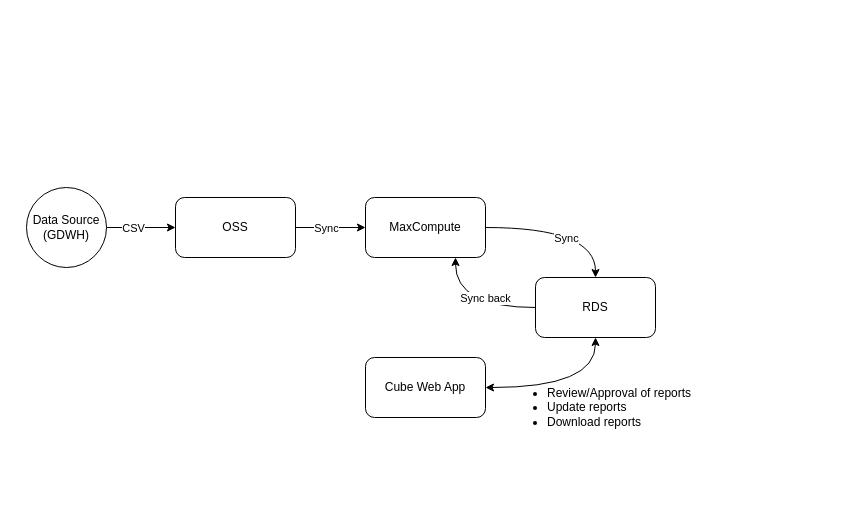
Before: cube integration.drawio in huangdgm/webstore-v2.0, a draw.io diagram. Source tidied: cells renumbered, new cells numbered last; positions are measured from the earlier drawing's top-left corner, leaving out a move shared by most shapes. Both pictures are drawn from the tidied source at 100%, with x=0, y=0 at pixel (26, 187).
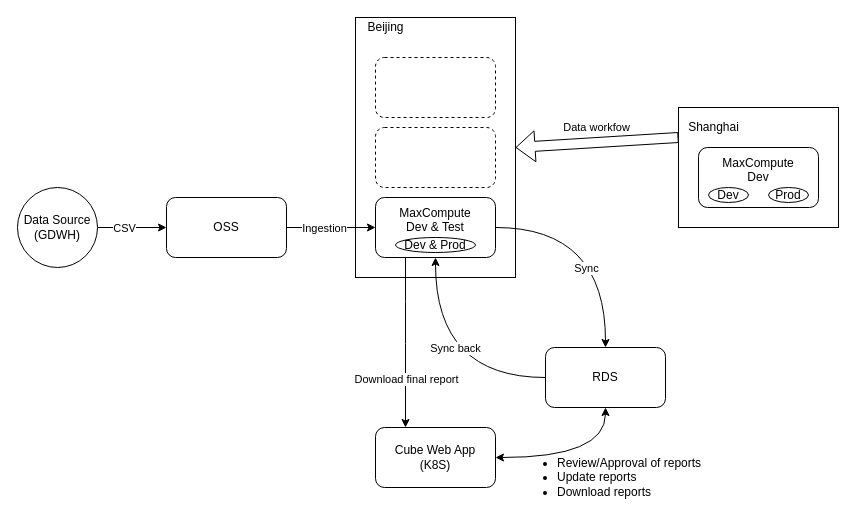
After the change.

Unchanged cells that the change refers to:
```xml
<mxCell id="2" style="edgeStyle=orthogonalEdgeStyle;rounded=0;jettySize=auto;html=1;exitX=1;exitY=0.5;exitDx=0;exitDy=0;curved=1;" parent="1" edge="1" source="4" target="10">
  <mxGeometry relative="1" as="geometry" />
</mxCell>
<mxCell id="5" style="edgeStyle=orthogonalEdgeStyle;rounded=0;jettySize=auto;html=1;" parent="1" edge="1" source="7" target="4">
  <mxGeometry relative="1" as="geometry" />
</mxCell>
```

Diff of the diagram source:
```diff
@@
+    <mxCell id="17" style="rounded=0;whiteSpace=wrap;html=1;" parent="1" vertex="1">
+      <mxGeometry x="652" y="-80" width="160" height="120" as="geometry" />
+    </mxCell>
+    <mxCell id="18" style="rounded=0;whiteSpace=wrap;html=1;" parent="1" vertex="1">
+      <mxGeometry x="329" y="-170" width="160" height="260" as="geometry" />
+    </mxCell>
@@
     <mxCell id="3" value="Sync" style="edgeLabel;html=1;align=center;verticalAlign=middle;" parent="2" vertex="1">
       <mxGeometry x="-0.13" y="4" relative="1" as="geometry">
-        <mxPoint x="10" y="14" as="offset" />
+        <mxPoint x="-10" y="44" as="offset" />
       </mxGeometry>
     </mxCell>
-    <mxCell id="4" value="MaxCompute" style="rounded=1;whiteSpace=wrap;html=1;" parent="1" vertex="1">
-      <mxGeometry x="339" y="10" width="120" height="60" as="geometry" />
+    <mxCell id="4" value="MaxCompute&lt;br&gt;Dev &amp;amp; Test&lt;br&gt;&lt;br&gt;" style="rounded=1;whiteSpace=wrap;html=1;" parent="1" vertex="1">
+      <mxGeometry x="349" y="10" width="120" height="60" as="geometry" />
     </mxCell>
@@
-    <mxCell id="6" value="Sync" style="edgeLabel;html=1;align=center;verticalAlign=middle;" parent="5" vertex="1">
+    <mxCell id="6" value="Ingestion" style="edgeLabel;html=1;align=center;verticalAlign=middle;" parent="5" vertex="1">
       <mxGeometry x="-0.21" y="1" relative="1" as="geometry">
         <mxPoint x="2" y="1" as="offset" />
       </mxGeometry>
     </mxCell>
     <mxCell id="7" value="OSS" style="rounded=1;whiteSpace=wrap;html=1;" parent="1" vertex="1">
-      <mxGeometry x="149" y="10" width="120" height="60" as="geometry" />
+      <mxGeometry x="140" y="10" width="120" height="60" as="geometry" />
     </mxCell>
-    <mxCell id="8" style="edgeStyle=orthogonalEdgeStyle;rounded=0;jettySize=auto;html=1;exitX=0;exitY=0.5;exitDx=0;exitDy=0;entryX=0.75;entryY=1;entryDx=0;entryDy=0;curved=1;" parent="1" edge="1" source="10" target="4">
+    <mxCell id="8" style="edgeStyle=orthogonalEdgeStyle;rounded=0;jettySize=auto;html=1;exitX=0;exitY=0.5;exitDx=0;exitDy=0;entryX=0.5;entryY=1;entryDx=0;entryDy=0;curved=1;" parent="1" edge="1" source="10" target="4">
       <mxGeometry relative="1" as="geometry" />
     </mxCell>
     <mxCell id="9" value="Sync back" style="edgeLabel;html=1;align=center;verticalAlign=middle;" parent="8" vertex="1">
       <mxGeometry x="-0.08" y="1" relative="1" as="geometry">
-        <mxPoint x="9" y="-11" as="offset" />
+        <mxPoint x="15" y="-31" as="offset" />
       </mxGeometry>
     </mxCell>
     <mxCell id="10" value="RDS" style="rounded=1;whiteSpace=wrap;html=1;" parent="1" vertex="1">
-      <mxGeometry x="509" y="90" width="120" height="60" as="geometry" />
+      <mxGeometry x="519" y="160" width="120" height="60" as="geometry" />
     </mxCell>
-    <mxCell id="11" value="Cube Web App" style="rounded=1;whiteSpace=wrap;html=1;" parent="1" vertex="1">
-      <mxGeometry x="339" y="170" width="120" height="60" as="geometry" />
+    <mxCell id="11" value="Cube Web App&lt;br&gt;(K8S)" style="rounded=1;whiteSpace=wrap;html=1;" parent="1" vertex="1">
+      <mxGeometry x="349" y="240" width="120" height="60" as="geometry" />
     </mxCell>
@@
     <mxCell id="14" value="Data Source&lt;br&gt;(GDWH)" style="ellipse;whiteSpace=wrap;html=1;" parent="1" vertex="1">
-      <mxGeometry width="80" height="80" as="geometry" />
+      <mxGeometry x="-9" width="80" height="80" as="geometry" />
     </mxCell>
@@
     <mxCell id="16" value="&lt;ul&gt;&lt;li&gt;Review/Approval of reports&lt;/li&gt;&lt;li&gt;Update reports&lt;/li&gt;&lt;li&gt;Download reports&lt;/li&gt;&lt;/ul&gt;" style="text;html=1;align=left;verticalAlign=middle;strokeColor=none;" parent="1" vertex="1">
-      <mxGeometry x="479" y="185" width="200" height="70" as="geometry" />
+      <mxGeometry x="489" y="255" width="200" height="70" as="geometry" />
     </mxCell>
+    <mxCell id="19" value="Beijing" style="text;html=1;align=center;verticalAlign=middle;strokeColor=none;" parent="1" vertex="1">
+      <mxGeometry x="334" y="-170" width="50" height="20" as="geometry" />
+    </mxCell>
+    <mxCell id="20" style="endArrow=classic;html=1;edgeStyle=orthogonalEdgeStyle;curved=1;exitX=0.25;exitY=1;exitDx=0;exitDy=0;entryX=0.25;entryY=0;entryDx=0;entryDy=0;" parent="1" edge="1" source="4" target="11">
+      <mxGeometry relative="1" as="geometry">
+        <Array as="points">
+          <mxPoint x="379" y="160" />
+          <mxPoint x="379" y="160" />
+        </Array>
+      </mxGeometry>
+    </mxCell>
+    <mxCell id="21" value="Download final report" style="edgeLabel;html=1;align=center;verticalAlign=middle;" parent="20" vertex="1">
+      <mxGeometry x="0.28" relative="1" as="geometry">
+        <mxPoint y="12" as="offset" />
+      </mxGeometry>
+    </mxCell>
+    <mxCell id="22" value="Shanghai" style="text;html=1;align=center;verticalAlign=middle;strokeColor=none;" parent="1" vertex="1">
+      <mxGeometry x="652" y="-70" width="70" height="20" as="geometry" />
+    </mxCell>
+    <mxCell id="23" value="MaxCompute&lt;br&gt;Dev&lt;br&gt;&lt;br&gt;" style="rounded=1;whiteSpace=wrap;html=1;" parent="1" vertex="1">
+      <mxGeometry x="672" y="-40" width="120" height="60" as="geometry" />
+    </mxCell>
+    <mxCell id="24" value="Prod" style="ellipse;whiteSpace=wrap;html=1;" parent="1" vertex="1">
+      <mxGeometry x="742" width="40" height="15" as="geometry" />
+    </mxCell>
+    <mxCell id="25" value="Dev" style="ellipse;whiteSpace=wrap;html=1;" parent="1" vertex="1">
+      <mxGeometry x="682" width="40" height="15" as="geometry" />
+    </mxCell>
+    <mxCell id="26" value="Dev &amp;amp; Prod" style="ellipse;whiteSpace=wrap;html=1;" parent="1" vertex="1">
+      <mxGeometry x="369" y="50" width="80" height="15" as="geometry" />
+    </mxCell>
+    <mxCell id="27" style="rounded=1;whiteSpace=wrap;html=1;dashed=1;" parent="1" vertex="1">
+      <mxGeometry x="349" y="-60" width="120" height="60" as="geometry" />
+    </mxCell>
+    <mxCell id="28" style="rounded=1;whiteSpace=wrap;html=1;dashed=1;" parent="1" vertex="1">
+      <mxGeometry x="349" y="-130" width="120" height="60" as="geometry" />
+    </mxCell>
+    <mxCell id="29" style="shape=flexArrow;endArrow=classic;html=1;exitX=0;exitY=0.25;exitDx=0;exitDy=0;entryX=1;entryY=0.5;entryDx=0;entryDy=0;" parent="1" edge="1" source="17" target="18">
+      <mxGeometry relative="1" as="geometry" />
+    </mxCell>
+    <mxCell id="30" value="Data workfow" style="edgeLabel;html=1;align=center;verticalAlign=middle;" parent="29" vertex="1">
+      <mxGeometry x="0.18" relative="1" as="geometry">
+        <mxPoint x="13" y="-16" as="offset" />
+      </mxGeometry>
+    </mxCell>
```
